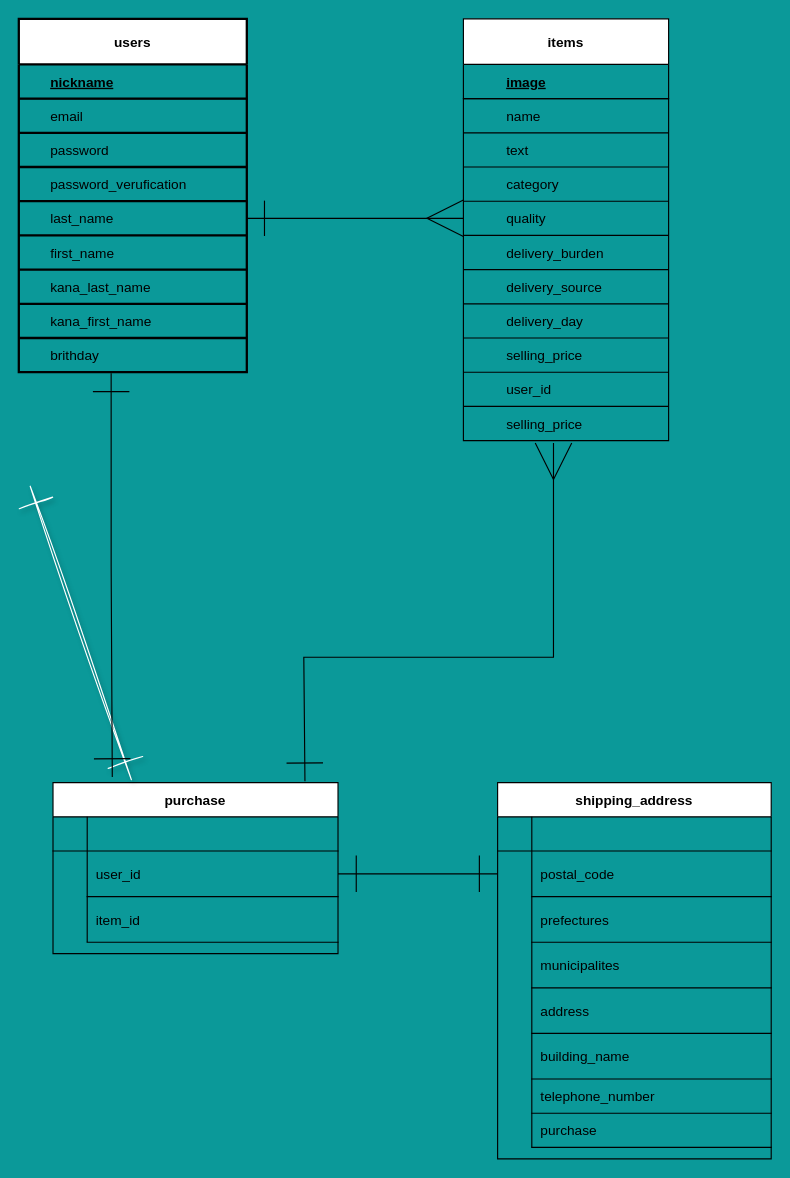
The draw.io diagram test.dio in CEmi6653/furima-36068, before the edit. Source tidied: cells renumbered, new cells numbered last; positions are measured from the earlier drawing's top-left corner, leaving out a move shared by most shapes. Both pictures are drawn from the tidied source at 114%, with x=0, y=0 at pixel (18, 18).
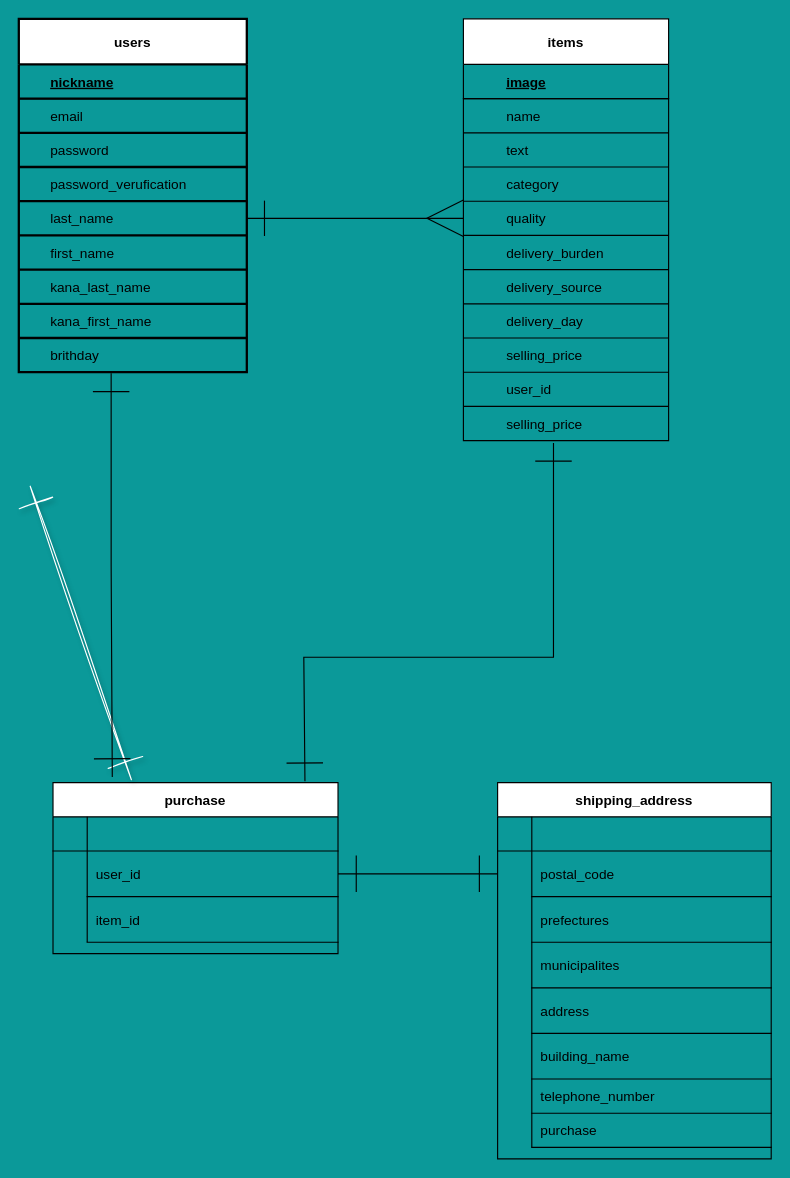
The same diagram, later.

Unchanged cells that the change refers to:
```xml
<mxCell id="61" style="shape=partialRectangle;fillColor=none;top=0;left=0;bottom=0;right=0;points=[[0,0.5],[1,0.5]];portConstraint=eastwest;" parent="30" vertex="1">
  <mxGeometry y="340" width="180" height="30" as="geometry" />
</mxCell>
<mxCell id="66" value="purchase" style="shape=table;startSize=30;childLayout=tableLayout;rowLines=0;fontStyle=1;align=center;rounded=0;shadow=0;sketch=0;strokeWidth=1;" parent="1" vertex="1">
  <mxGeometry x="30" y="670" width="250" height="150" as="geometry" />
</mxCell>
```

Diff of the diagram source:
```diff
@@
-    <mxCell id="103" style="endArrow=ERmany;html=1;rounded=0;exitX=0.884;exitY=-0.008;exitDx=0;exitDy=0;exitPerimeter=0;endFill=0;endSize=30;startArrow=ERone;startFill=0;startSize=30;entryX=0.439;entryY=1.067;entryDx=0;entryDy=0;entryPerimeter=0;" parent="1" edge="1" source="66" target="61">
+    <mxCell id="103" style="endArrow=ERone;html=1;rounded=0;exitX=0.884;exitY=-0.008;exitDx=0;exitDy=0;exitPerimeter=0;endFill=0;endSize=30;startArrow=ERone;startFill=0;startSize=30;entryX=0.439;entryY=1.067;entryDx=0;entryDy=0;entryPerimeter=0;" parent="1" edge="1" source="66" target="61">
       <mxGeometry relative="1" as="geometry">
         <Array as="points">
           <mxPoint x="250" y="560" />
           <mxPoint x="469" y="560" />
         </Array>
       </mxGeometry>
     </mxCell>
```
